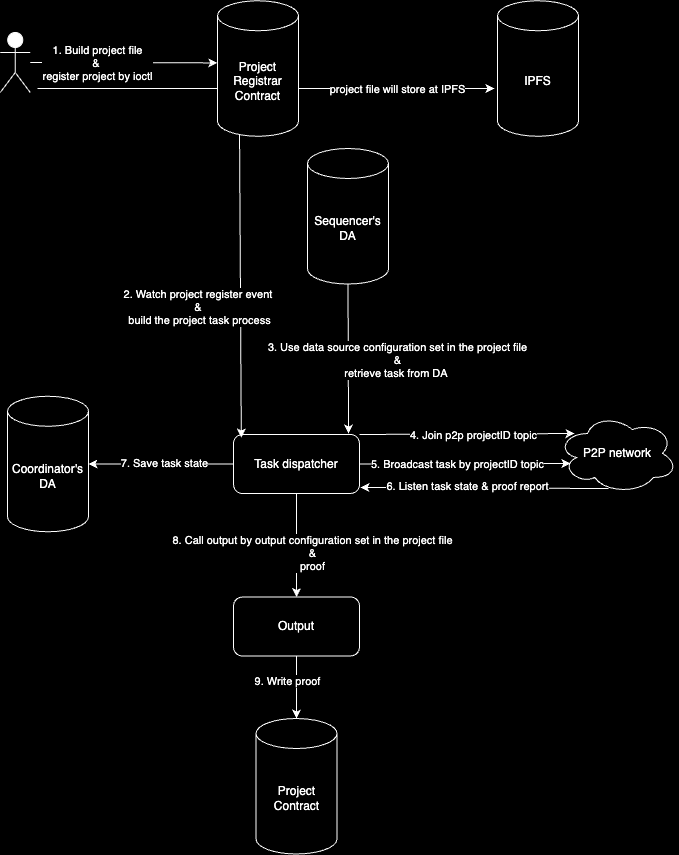
This is docs/coordinator.png from iotexproject/w3bstream, a draw.io export, as it was before one commit. Source tidied: cells renumbered, new cells last; positions are measured from the earlier drawing's top-left corner, leaving out a move shared by most shapes.
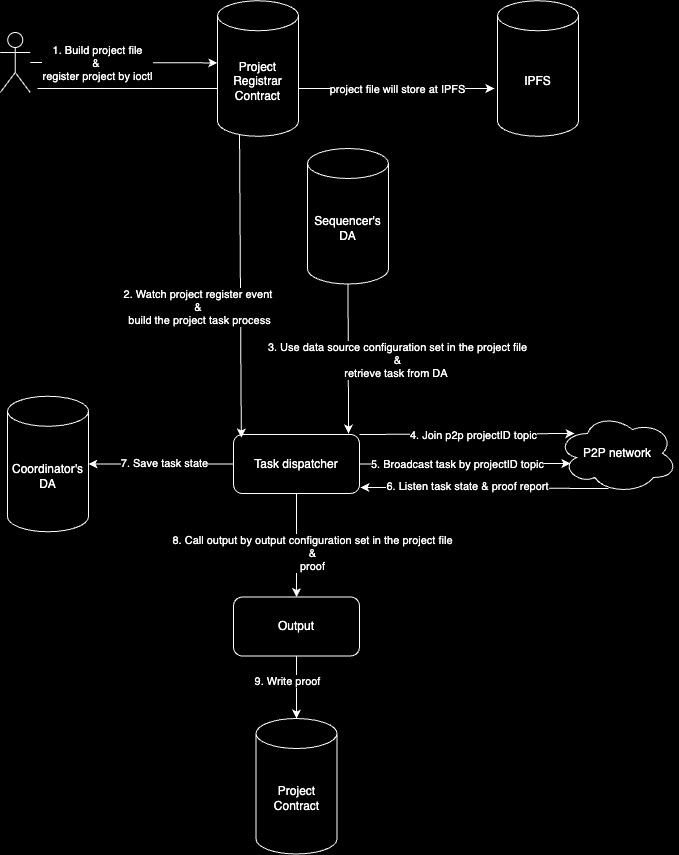
The same diagram one commit later.

What changed in the source:
```diff
@@ -54,7 +54,7 @@
         <mxPoint x="15" y="-1" as="offset" />
       </mxGeometry>
     </mxCell>
-    <mxCell id="16" value="Actor" style="shape=umlActor;verticalLabelPosition=bottom;verticalAlign=top;html=1;outlineConnect=0;strokeColor=#FFFFFF;" parent="1" vertex="1">
+    <mxCell id="16" value="Actor" style="shape=umlActor;verticalLabelPosition=bottom;verticalAlign=top;html=1;outlineConnect=0;strokeColor=#FFFFFF;fillStyle=cross-hatch;fillColor=none;" parent="1" vertex="1">
       <mxGeometry x="-0.2" y="32" width="30" height="60" as="geometry" />
     </mxCell>
     <mxCell id="17" style="endArrow=classic;html=1;rounded=0;entryX=-0.024;entryY=0.46;entryDx=0;entryDy=0;fontColor=#FFFFFF;labelBackgroundColor=#000000;strokeColor=#FFFFFF;entryPerimeter=0;" parent="1" edge="1" source="16">
```
